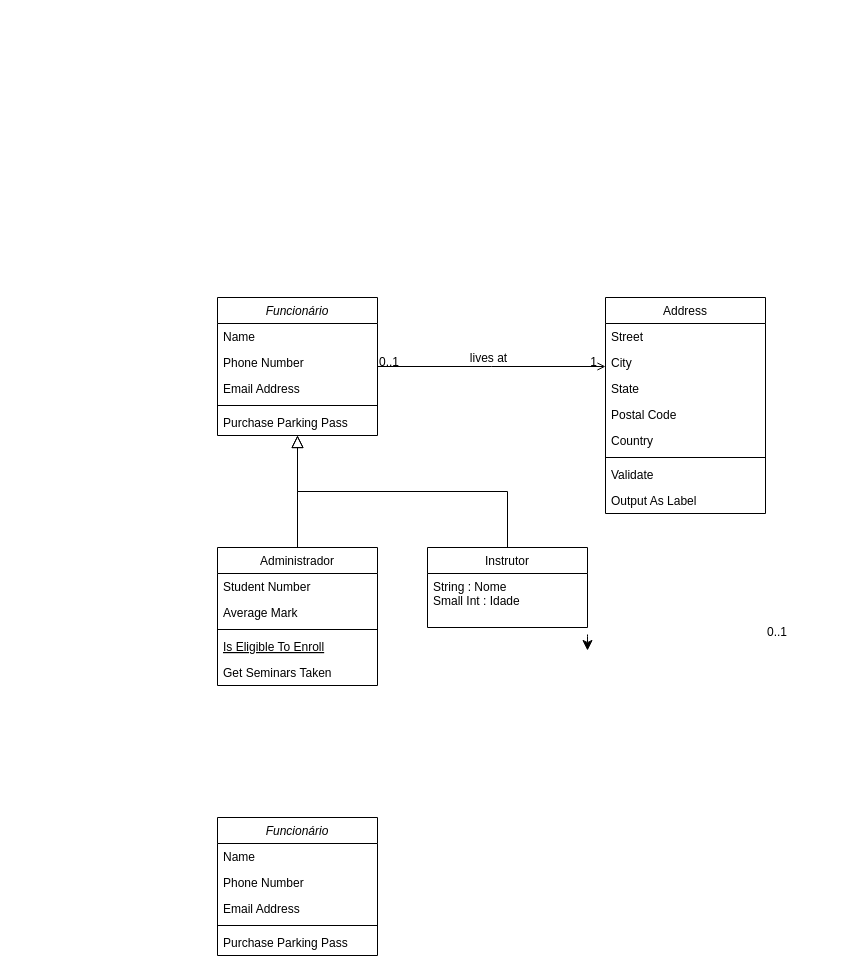
Above: Diagrama sem nome.drawio in LeandroSLm/Class-Diagram (draw.io), before the change. Source tidied: cells renumbered, new cells numbered last; positions are measured from the earlier drawing's top-left corner, leaving out a move shared by most shapes. Both pictures are drawn from the tidied source at 100%, with x=0, y=0 at pixel (217, 297).
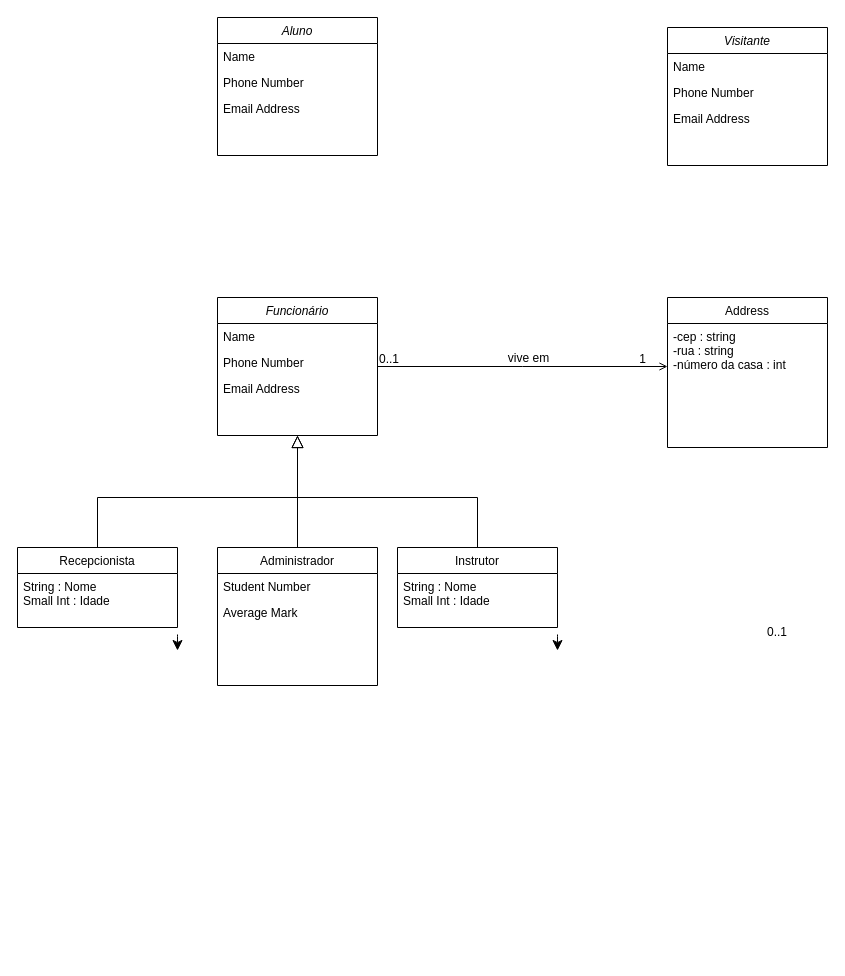
The same page after the edit.

The change refers to these unchanged cells:
```xml
<mxCell id="2" value="Funcionário" style="swimlane;fontStyle=2;align=center;verticalAlign=top;horizontal=1;startSize=26;rounded=0;shadow=0;strokeWidth=1;" parent="1" vertex="1">
  <mxGeometry width="160" height="138" as="geometry" />
</mxCell>
<mxCell id="8" value="Administrador" style="swimlane;fontStyle=0;align=center;verticalAlign=top;horizontal=1;startSize=26;rounded=0;shadow=0;strokeWidth=1;" parent="1" vertex="1">
  <mxGeometry y="250" width="160" height="138" as="geometry" />
</mxCell>
<mxCell id="28" style="endArrow=open;shadow=0;strokeWidth=1;rounded=0;curved=0;endFill=1;edgeStyle=elbowEdgeStyle;elbow=vertical;" parent="1" edge="1" source="2" target="19">
  <mxGeometry x="0.5" y="41" relative="1" as="geometry">
    <mxPoint x="-40" y="32" as="offset" />
  </mxGeometry>
</mxCell>
```

What changed in the source:
```diff
@@
-    <mxCell id="6" style="line;html=1;strokeWidth=1;align=left;verticalAlign=middle;spacingTop=-1;spacingLeft=3;spacingRight=3;labelPosition=right;" parent="2" vertex="1">
-      <mxGeometry y="104" width="160" height="8" as="geometry" />
-    </mxCell>
-    <mxCell id="7" value="Purchase Parking Pass" style="text;align=left;verticalAlign=top;spacingLeft=4;spacingRight=4;overflow=hidden;" parent="2" vertex="1">
-      <mxGeometry y="112" width="160" height="26" as="geometry" />
-    </mxCell>
@@
-    <mxCell id="11" style="line;html=1;strokeWidth=1;align=left;verticalAlign=middle;spacingTop=-1;spacingLeft=3;spacingRight=3;labelPosition=right;" parent="8" vertex="1">
-      <mxGeometry y="78" width="160" height="8" as="geometry" />
-    </mxCell>
-    <mxCell id="12" value="Is Eligible To Enroll" style="text;align=left;verticalAlign=top;spacingLeft=4;spacingRight=4;overflow=hidden;fontStyle=4;" parent="8" vertex="1">
-      <mxGeometry y="86" width="160" height="26" as="geometry" />
-    </mxCell>
-    <mxCell id="13" value="Get Seminars Taken" style="text;align=left;verticalAlign=top;spacingLeft=4;spacingRight=4;overflow=hidden;" parent="8" vertex="1">
-      <mxGeometry y="112" width="160" height="26" as="geometry" />
-    </mxCell>
@@
     <mxCell id="15" value="Instrutor" style="swimlane;fontStyle=0;align=center;verticalAlign=top;horizontal=1;startSize=26;rounded=0;shadow=0;strokeWidth=1;" parent="1" vertex="1">
-      <mxGeometry x="210" y="250" width="160" height="80" as="geometry" />
+      <mxGeometry x="180" y="250" width="160" height="80" as="geometry" />
     </mxCell>
@@
     <mxCell id="18" style="endArrow=block;endSize=10;endFill=0;shadow=0;strokeWidth=1;rounded=0;curved=0;edgeStyle=elbowEdgeStyle;elbow=vertical;" parent="1" edge="1" source="15" target="2">
-      <mxGeometry relative="1" as="geometry" />
+      <mxGeometry relative="1" as="geometry">
+        <Array as="points">
+          <mxPoint x="170" y="200" />
+        </Array>
+      </mxGeometry>
     </mxCell>
     <mxCell id="19" value="Address" style="swimlane;fontStyle=0;align=center;verticalAlign=top;horizontal=1;startSize=26;rounded=0;shadow=0;strokeWidth=1;" parent="1" vertex="1">
-      <mxGeometry x="388" width="160" height="216" as="geometry" />
+      <mxGeometry x="450" width="160" height="150" as="geometry" />
     </mxCell>
-    <mxCell id="20" value="Street" style="text;align=left;verticalAlign=top;spacingLeft=4;spacingRight=4;overflow=hidden;" parent="19" vertex="1">
-      <mxGeometry y="26" width="160" height="26" as="geometry" />
+    <mxCell id="20" value="-cep : string&#10;-rua : string&#10;-número da casa : int" style="text;align=left;verticalAlign=top;spacingLeft=4;spacingRight=4;overflow=hidden;" parent="19" vertex="1">
+      <mxGeometry y="26" width="160" height="124" as="geometry" />
     </mxCell>
-    <mxCell id="21" value="City" style="text;align=left;verticalAlign=top;spacingLeft=4;spacingRight=4;overflow=hidden;rounded=0;shadow=0;html=0;" parent="19" vertex="1">
-      <mxGeometry y="52" width="160" height="26" as="geometry" />
-    </mxCell>
-    <mxCell id="22" value="State" style="text;align=left;verticalAlign=top;spacingLeft=4;spacingRight=4;overflow=hidden;rounded=0;shadow=0;html=0;" parent="19" vertex="1">
-      <mxGeometry y="78" width="160" height="26" as="geometry" />
-    </mxCell>
-    <mxCell id="23" value="Postal Code" style="text;align=left;verticalAlign=top;spacingLeft=4;spacingRight=4;overflow=hidden;rounded=0;shadow=0;html=0;" parent="19" vertex="1">
-      <mxGeometry y="104" width="160" height="26" as="geometry" />
-    </mxCell>
-    <mxCell id="24" value="Country" style="text;align=left;verticalAlign=top;spacingLeft=4;spacingRight=4;overflow=hidden;rounded=0;shadow=0;html=0;" parent="19" vertex="1">
-      <mxGeometry y="130" width="160" height="26" as="geometry" />
-    </mxCell>
-    <mxCell id="25" style="line;html=1;strokeWidth=1;align=left;verticalAlign=middle;spacingTop=-1;spacingLeft=3;spacingRight=3;labelPosition=right;" parent="19" vertex="1">
-      <mxGeometry y="156" width="160" height="8" as="geometry" />
-    </mxCell>
-    <mxCell id="26" value="Validate" style="text;align=left;verticalAlign=top;spacingLeft=4;spacingRight=4;overflow=hidden;" parent="19" vertex="1">
-      <mxGeometry y="164" width="160" height="26" as="geometry" />
-    </mxCell>
-    <mxCell id="27" value="Output As Label" style="text;align=left;verticalAlign=top;spacingLeft=4;spacingRight=4;overflow=hidden;" parent="19" vertex="1">
-      <mxGeometry y="190" width="160" height="26" as="geometry" />
-    </mxCell>
@@
     <mxCell id="29" value="0..1" style="align=left;verticalAlign=bottom;labelBackgroundColor=none;fontSize=12;" parent="28" vertex="1">
       <mxGeometry x="-1" relative="1" as="geometry">
-        <mxPoint y="4" as="offset" />
+        <mxPoint y="1" as="offset" />
       </mxGeometry>
     </mxCell>
     <mxCell id="30" value="1" style="align=right;verticalAlign=bottom;labelBackgroundColor=none;fontSize=12;" parent="28" vertex="1">
       <mxGeometry x="1" relative="1" as="geometry">
-        <mxPoint x="-7" y="4" as="offset" />
+        <mxPoint x="-20" y="1" as="offset" />
       </mxGeometry>
     </mxCell>
-    <mxCell id="31" value="lives at" style="text;html=1;align=center;verticalAlign=middle;labelBackgroundColor=none;rounded=0;shadow=0;strokeWidth=1;fontSize=12;" parent="28" vertex="1">
+    <mxCell id="31" value="vive em" style="text;html=1;align=center;verticalAlign=middle;labelBackgroundColor=none;rounded=0;shadow=0;strokeWidth=1;fontSize=12;" parent="28" vertex="1">
       <mxGeometry x="0.5" y="49" relative="1" as="geometry">
-        <mxPoint x="-61" y="40" as="offset" />
+        <mxPoint x="-68" y="40" as="offset" />
       </mxGeometry>
     </mxCell>
-    <mxCell id="32" value="Funcionário&#10;" style="swimlane;fontStyle=2;align=center;verticalAlign=top;horizontal=1;startSize=26;rounded=0;shadow=0;strokeWidth=1;" parent="1" vertex="1">
-      <mxGeometry y="520" width="160" height="138" as="geometry" />
+    <mxCell id="32" value="Visitante&#10;" style="swimlane;fontStyle=2;align=center;verticalAlign=top;horizontal=1;startSize=26;rounded=0;shadow=0;strokeWidth=1;" parent="1" vertex="1">
+      <mxGeometry x="450" y="-270" width="160" height="138" as="geometry" />
     </mxCell>
@@
-    <mxCell id="36" style="line;html=1;strokeWidth=1;align=left;verticalAlign=middle;spacingTop=-1;spacingLeft=3;spacingRight=3;labelPosition=right;" parent="32" vertex="1">
-      <mxGeometry y="104" width="160" height="8" as="geometry" />
-    </mxCell>
-    <mxCell id="37" value="Purchase Parking Pass" style="text;align=left;verticalAlign=top;spacingLeft=4;spacingRight=4;overflow=hidden;" parent="32" vertex="1">
-      <mxGeometry y="112" width="160" height="26" as="geometry" />
-    </mxCell>
@@
+    <mxCell id="39" value="Recepcionista" style="swimlane;fontStyle=0;align=center;verticalAlign=top;horizontal=1;startSize=26;rounded=0;shadow=0;strokeWidth=1;" parent="1" vertex="1">
+      <mxGeometry x="-200" y="250" width="160" height="80" as="geometry" />
+    </mxCell>
+    <mxCell id="40" value="String : Nome&#10;Small Int : Idade&#10;" style="text;align=left;verticalAlign=top;spacingLeft=4;spacingRight=4;overflow=hidden;" parent="39" vertex="1">
+      <mxGeometry y="26" width="160" height="34" as="geometry" />
+    </mxCell>
+    <mxCell id="41" style="edgeStyle=none;curved=1;rounded=0;orthogonalLoop=1;jettySize=auto;html=1;fontSize=12;startSize=8;endSize=8;" parent="39" edge="1">
+      <mxGeometry relative="1" as="geometry">
+        <mxPoint x="160" y="87" as="sourcePoint" />
+        <mxPoint x="160" y="103" as="targetPoint" />
+      </mxGeometry>
+    </mxCell>
+    <mxCell id="42" style="endArrow=none;html=1;rounded=0;fontSize=12;startSize=8;endSize=8;curved=0;exitX=0.5;exitY=0;exitDx=0;exitDy=0;" parent="1" edge="1" source="39">
+      <mxGeometry relative="1" as="geometry">
+        <mxPoint x="80" y="200" as="targetPoint" />
+        <Array as="points">
+          <mxPoint x="-120" y="200" />
+        </Array>
+      </mxGeometry>
+    </mxCell>
+    <mxCell id="43" value="Aluno&#10;" style="swimlane;fontStyle=2;align=center;verticalAlign=top;horizontal=1;startSize=26;rounded=0;shadow=0;strokeWidth=1;" parent="1" vertex="1">
+      <mxGeometry y="-280" width="160" height="138" as="geometry" />
+    </mxCell>
+    <mxCell id="44" value="Name" style="text;align=left;verticalAlign=top;spacingLeft=4;spacingRight=4;overflow=hidden;" parent="43" vertex="1">
+      <mxGeometry y="26" width="160" height="26" as="geometry" />
+    </mxCell>
+    <mxCell id="45" value="Phone Number" style="text;align=left;verticalAlign=top;spacingLeft=4;spacingRight=4;overflow=hidden;rounded=0;shadow=0;html=0;" parent="43" vertex="1">
+      <mxGeometry y="52" width="160" height="26" as="geometry" />
+    </mxCell>
+    <mxCell id="46" value="Email Address" style="text;align=left;verticalAlign=top;spacingLeft=4;spacingRight=4;overflow=hidden;rounded=0;shadow=0;html=0;" parent="43" vertex="1">
+      <mxGeometry y="78" width="160" height="26" as="geometry" />
+    </mxCell>
```
